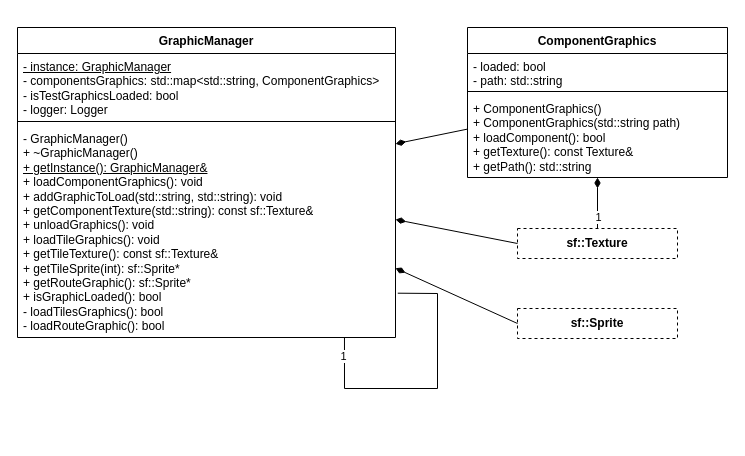
Before: page "diagram_klas_grafika" (14 of 23) of plan.drawio in bravePeer/BScThesis, a draw.io diagram. Source tidied: cells renumbered, new cells numbered last; positions are measured from the earlier drawing's top-left corner, leaving out a move shared by most shapes. Both pictures are drawn from the tidied source at 100%, with x=0, y=0 at pixel (17, 27).
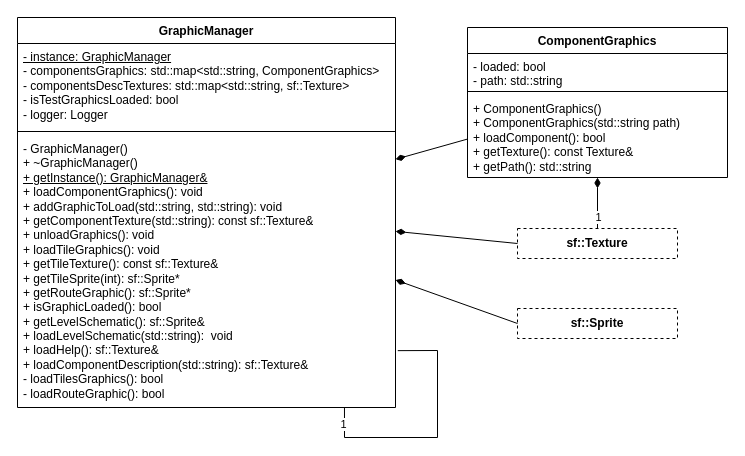
Above is the later version.

Change to the diagram source:
```diff
@@
     <mxCell id="2" value="GraphicManager" style="swimlane;fontStyle=1;align=center;verticalAlign=top;horizontal=1;startSize=26;whiteSpace=wrap;html=1;" parent="1" vertex="1">
-      <mxGeometry width="378" height="310" as="geometry" />
+      <mxGeometry y="-10" width="378" height="390" as="geometry" />
     </mxCell>
-    <mxCell id="3" value="&lt;u&gt;- instance: GraphicManager&lt;br&gt;&lt;/u&gt;-&amp;nbsp;componentsGraphics:&amp;nbsp;std::map&amp;lt;std::string, ComponentGraphics&amp;gt;&lt;br&gt;-&amp;nbsp;isTestGraphicsLoaded: bool&lt;br&gt;-&amp;nbsp;logger: Logger" style="text;strokeColor=none;fillColor=none;align=left;verticalAlign=top;spacingLeft=4;spacingRight=4;overflow=hidden;whiteSpace=wrap;html=1;" parent="2" vertex="1">
-      <mxGeometry y="26" width="378" height="64" as="geometry" />
+    <mxCell id="3" value="&lt;u&gt;- instance: GraphicManager&lt;br&gt;&lt;/u&gt;-&amp;nbsp;componentsGraphics:&amp;nbsp;std::map&amp;lt;std::string, ComponentGraphics&amp;gt;&lt;br&gt;- componentsDescTextures: std::map&amp;lt;std::string, sf::Texture&amp;gt;&amp;nbsp;&lt;br&gt;-&amp;nbsp;isTestGraphicsLoaded: bool&lt;br&gt;-&amp;nbsp;logger: Logger" style="text;strokeColor=none;fillColor=none;align=left;verticalAlign=top;spacingLeft=4;spacingRight=4;overflow=hidden;whiteSpace=wrap;html=1;" parent="2" vertex="1">
+      <mxGeometry y="26" width="378" height="84" as="geometry" />
     </mxCell>
     <mxCell id="4" style="line;strokeWidth=1;fillColor=none;align=left;verticalAlign=middle;spacingTop=-1;spacingLeft=3;spacingRight=3;labelPosition=right;strokeColor=inherit;" parent="2" vertex="1">
-      <mxGeometry y="90" width="378" height="8" as="geometry" />
+      <mxGeometry y="110" width="378" height="8" as="geometry" />
     </mxCell>
-    <mxCell id="5" value="-&amp;nbsp;GraphicManager()&lt;br&gt;+ ~GraphicManager()&lt;br&gt;&lt;u&gt;+ getInstance(): GraphicManager&amp;amp;&lt;br&gt;&lt;/u&gt;+ loadComponentGraphics(): void&lt;br&gt;+&amp;nbsp;addGraphicToLoad(std::string, std::string): void&lt;br&gt;+&amp;nbsp;getComponentTexture(std::string): const sf::Texture&amp;amp;&lt;br&gt;+ unloadGraphics(): void&lt;br&gt;+ loadTileGraphics(): void&lt;br&gt;+ getTileTexture(): const sf::Texture&amp;amp;&lt;br&gt;+ getTileSprite(int): sf::Sprite*&lt;br&gt;+ getRouteGraphic(): sf::Sprite*&lt;br&gt;+ isGraphicLoaded(): bool&lt;br&gt;-&amp;nbsp;loadTilesGraphics(): bool&lt;br&gt;-&amp;nbsp;loadRouteGraphic(): bool&lt;br&gt;&lt;br&gt;" style="text;strokeColor=none;fillColor=none;align=left;verticalAlign=top;spacingLeft=4;spacingRight=4;overflow=hidden;points=[[0,0.5],[1,0.5]];portConstraint=eastwest;whiteSpace=wrap;html=1;" parent="2" vertex="1">
-      <mxGeometry y="98" width="378" height="212" as="geometry" />
+    <mxCell id="5" value="-&amp;nbsp;GraphicManager()&lt;br&gt;+ ~GraphicManager()&lt;br&gt;&lt;u&gt;+ getInstance(): GraphicManager&amp;amp;&lt;br&gt;&lt;/u&gt;+ loadComponentGraphics(): void&lt;br&gt;+&amp;nbsp;addGraphicToLoad(std::string, std::string): void&lt;br&gt;+&amp;nbsp;getComponentTexture(std::string): const sf::Texture&amp;amp;&lt;br&gt;+ unloadGraphics(): void&lt;br&gt;+ loadTileGraphics(): void&lt;br&gt;+ getTileTexture(): const sf::Texture&amp;amp;&lt;br&gt;+ getTileSprite(int): sf::Sprite*&lt;br&gt;+ getRouteGraphic(): sf::Sprite*&lt;br&gt;+ isGraphicLoaded(): bool&lt;br&gt;+ getLevelSchematic(): sf::Sprite&amp;amp;&amp;nbsp;&lt;br&gt;+ loadLevelSchematic(std::string):&amp;nbsp;&amp;nbsp;void&amp;nbsp;&lt;br&gt;+ loadHelp(): sf::Texture&amp;amp;&lt;br&gt;+ loadComponentDescription(std::string):&amp;nbsp;sf::Texture&amp;amp;&lt;br&gt;-&amp;nbsp;loadTilesGraphics(): bool&lt;br&gt;-&amp;nbsp;loadRouteGraphic(): bool" style="text;strokeColor=none;fillColor=none;align=left;verticalAlign=top;spacingLeft=4;spacingRight=4;overflow=hidden;points=[[0,0.5],[1,0.5]];portConstraint=eastwest;whiteSpace=wrap;html=1;" parent="2" vertex="1">
+      <mxGeometry y="118" width="378" height="272" as="geometry" />
     </mxCell>
     <mxCell id="6" style="endArrow=none;html=1;rounded=0;exitX=0.865;exitY=1.002;exitDx=0;exitDy=0;exitPerimeter=0;entryX=1.006;entryY=0.791;entryDx=0;entryDy=0;entryPerimeter=0;" parent="2" edge="1" source="5" target="5">
       <mxGeometry relative="1" as="geometry">
         <Array as="points">
-          <mxPoint x="327" y="361" />
-          <mxPoint x="420" y="361" />
-          <mxPoint x="420" y="266" />
+          <mxPoint x="327" y="420" />
+          <mxPoint x="420" y="420" />
+          <mxPoint x="420" y="333" />
         </Array>
       </mxGeometry>
     </mxCell>
```
